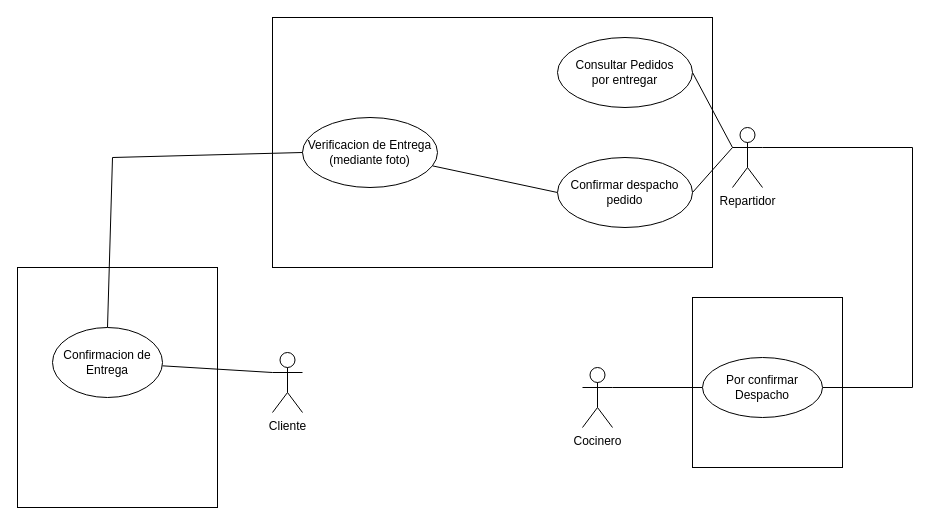
Before: Diagramas_Caso_de_Uso/Diagrama de Caso de Uso (Repartidor).drawio in jorgeortizcastillo2020-hue/MSI_JJ_PARADIGMA4-1_IEC_N2_C1, a draw.io diagram. Source tidied: cells renumbered, new cells numbered last; positions are measured from the earlier drawing's top-left corner, leaving out a move shared by most shapes. Both pictures are drawn from the tidied source at 100%, with x=0, y=0 at pixel (17, 17).
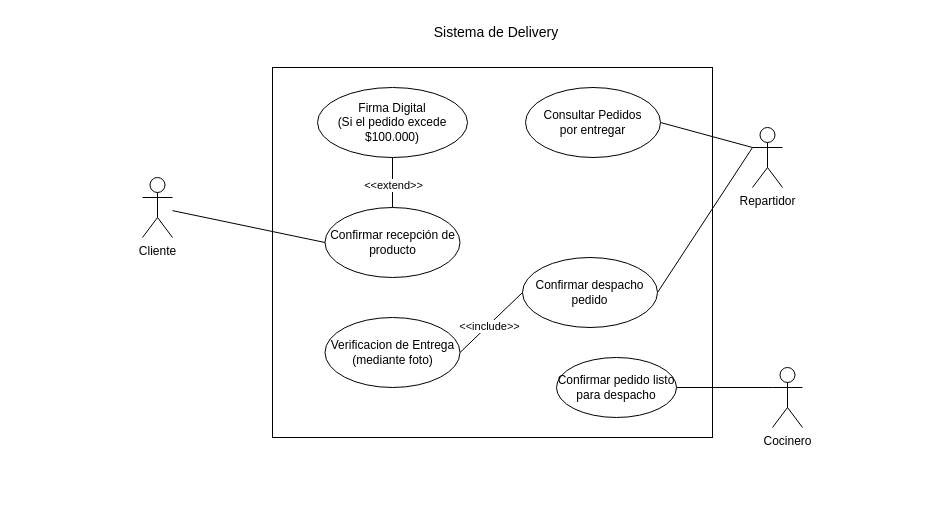
The same diagram, later.

Change to the diagram source:
```diff
@@
-    <mxCell id="2" style="rounded=0;whiteSpace=wrap;html=1;" parent="1" vertex="1">
-      <mxGeometry y="250" width="200" height="240" as="geometry" />
-    </mxCell>
     <mxCell id="3" style="rounded=0;whiteSpace=wrap;html=1;" parent="1" vertex="1">
-      <mxGeometry x="255" width="440" height="250" as="geometry" />
+      <mxGeometry x="255" y="50" width="440" height="370" as="geometry" />
     </mxCell>
-    <mxCell id="4" style="rounded=0;whiteSpace=wrap;html=1;" parent="1" vertex="1">
-      <mxGeometry x="675" y="280" width="150" height="170" as="geometry" />
-    </mxCell>
-    <mxCell id="5" style="rounded=0;jettySize=auto;html=1;exitX=1;exitY=0.3333333333333333;exitDx=0;exitDy=0;exitPerimeter=0;entryX=0;entryY=0.5;entryDx=0;entryDy=0;defaultLabelBackgroundColor=page;endArrow=none;endFill=0;" parent="1" edge="1" source="6" target="8">
+    <mxCell id="5" style="rounded=0;jettySize=auto;html=1;exitX=0;exitY=0.3333333333333333;exitDx=0;exitDy=0;exitPerimeter=0;defaultLabelBackgroundColor=page;endArrow=none;endFill=0;" parent="1" edge="1" source="6" target="8">
       <mxGeometry relative="1" as="geometry" />
     </mxCell>
     <mxCell id="6" value="Cocinero" style="shape=umlActor;verticalLabelPosition=bottom;verticalAlign=top;html=1;outlineConnect=0;labelPerimeter=1;" parent="1" vertex="1">
-      <mxGeometry x="565" y="350" width="30" height="60" as="geometry" />
+      <mxGeometry x="755" y="350" width="30" height="60" as="geometry" />
     </mxCell>
-    <mxCell id="7" style="rounded=0;jettySize=auto;html=1;exitX=1;exitY=0.5;exitDx=0;exitDy=0;defaultLabelBackgroundColor=page;endArrow=none;endFill=0;entryX=1;entryY=0.3333333333333333;entryDx=0;entryDy=0;entryPerimeter=0;" parent="1" edge="1" source="8" target="10">
-      <mxGeometry relative="1" as="geometry">
-        <Array as="points">
-          <mxPoint x="895" y="370" />
-          <mxPoint x="895" y="130" />
-        </Array>
-      </mxGeometry>
-    </mxCell>
-    <mxCell id="8" value="Por confirmar Despacho" style="ellipse;whiteSpace=wrap;html=1;shapeInside=1;" parent="1" vertex="1">
-      <mxGeometry x="685" y="340" width="120" height="60" as="geometry" />
+    <mxCell id="8" value="Confirmar pedido listo para despacho" style="ellipse;whiteSpace=wrap;html=1;shapeInside=1;" parent="1" vertex="1">
+      <mxGeometry x="539" y="340" width="120" height="60" as="geometry" />
     </mxCell>
@@
     <mxCell id="10" value="Repartidor" style="shape=umlActor;verticalLabelPosition=bottom;verticalAlign=top;html=1;outlineConnect=0;labelPerimeter=1;" parent="1" vertex="1">
-      <mxGeometry x="715" y="110" width="30" height="60" as="geometry" />
+      <mxGeometry x="735" y="110" width="30" height="60" as="geometry" />
     </mxCell>
@@
     <mxCell id="12" value="Consultar Pedidos&lt;div&gt;por entregar&lt;/div&gt;" style="ellipse;whiteSpace=wrap;html=1;shapeInside=1;" parent="1" vertex="1">
-      <mxGeometry x="540" y="20" width="135" height="70" as="geometry" />
+      <mxGeometry x="508" y="70" width="135" height="70" as="geometry" />
     </mxCell>
-    <mxCell id="13" style="rounded=0;jettySize=auto;html=1;exitX=0;exitY=0.5;exitDx=0;exitDy=0;defaultLabelBackgroundColor=page;endArrow=none;endFill=0;" parent="1" edge="1" source="14" target="15">
+    <mxCell id="13" style="edgeStyle=none;shape=connector;rounded=0;jettySize=auto;html=1;exitX=0;exitY=0.5;exitDx=0;exitDy=0;entryX=1;entryY=0.5;entryDx=0;entryDy=0;strokeColor=default;align=center;verticalAlign=middle;fontFamily=Helvetica;fontSize=11;fontColor=default;labelBackgroundColor=default;defaultLabelBackgroundColor=page;labelPadding=0 4;startArrow=none;startFill=0;endArrow=none;endFill=0;" parent="1" edge="1" source="14" target="15">
       <mxGeometry relative="1" as="geometry" />
     </mxCell>
+    <mxCell id="20" value="&amp;lt;&amp;lt;include&amp;gt;&amp;gt;" style="edgeLabel;html=1;align=center;verticalAlign=middle;inheritText=1;defaultLabelBackgroundColor=page;labelPadding=0 4;" parent="13" vertex="1">
+      <mxGeometry x="0.08" y="1" relative="1" as="geometry" />
+    </mxCell>
     <mxCell id="14" value="&lt;div&gt;Confirmar despacho&lt;/div&gt;&lt;div&gt;pedido&lt;/div&gt;" style="ellipse;whiteSpace=wrap;html=1;shapeInside=1;" parent="1" vertex="1">
-      <mxGeometry x="540" y="140" width="135" height="70" as="geometry" />
+      <mxGeometry x="505" y="240" width="135" height="70" as="geometry" />
     </mxCell>
+    <mxCell id="21" style="edgeStyle=none;shape=connector;rounded=0;jettySize=auto;html=1;strokeColor=default;align=center;verticalAlign=middle;fontFamily=Helvetica;fontSize=11;fontColor=default;labelBackgroundColor=default;defaultLabelBackgroundColor=page;labelPadding=0 4;startArrow=none;startFill=0;endArrow=none;endFill=0;exitX=0.5;exitY=0;exitDx=0;exitDy=0;" parent="1" edge="1" source="26" target="23">
+      <mxGeometry relative="1" as="geometry" />
+    </mxCell>
+    <mxCell id="22" value="&amp;lt;&lt;span style=&quot;background-color: transparent; color: light-dark(#000000, var(--ge-light-color, #ffffff));&quot;&gt;&amp;lt;extend&amp;gt;&amp;gt;&lt;/span&gt;" style="edgeLabel;html=1;align=center;verticalAlign=middle;inheritText=1;defaultLabelBackgroundColor=page;labelPadding=0 4;" parent="21" vertex="1">
+      <mxGeometry x="0.17" y="-2" relative="1" as="geometry">
+        <mxPoint x="-2" y="6" as="offset" />
+      </mxGeometry>
+    </mxCell>
     <mxCell id="15" value="Verificacion de Entrega (mediante foto)" style="ellipse;whiteSpace=wrap;html=1;shapeInside=1;" parent="1" vertex="1">
-      <mxGeometry x="285" y="100" width="135" height="70" as="geometry" />
+      <mxGeometry x="307.5" y="300" width="135" height="70" as="geometry" />
     </mxCell>
-    <mxCell id="16" style="rounded=0;jettySize=auto;html=1;exitX=0;exitY=0.3333333333333333;exitDx=0;exitDy=0;exitPerimeter=0;defaultLabelBackgroundColor=page;endArrow=none;endFill=0;" parent="1" edge="1" source="17" target="19">
-      <mxGeometry relative="1" as="geometry" />
-    </mxCell>
     <mxCell id="17" value="Cliente" style="shape=umlActor;verticalLabelPosition=bottom;verticalAlign=top;html=1;labelPerimeter=1;" parent="1" vertex="1">
-      <mxGeometry x="255" y="335" width="30" height="60" as="geometry" />
+      <mxGeometry x="125" y="160" width="30" height="60" as="geometry" />
     </mxCell>
-    <mxCell id="18" style="endArrow=none;html=1;rounded=0;defaultLabelBackgroundColor=page;entryX=0;entryY=0.5;entryDx=0;entryDy=0;exitX=0.5;exitY=0;exitDx=0;exitDy=0;" parent="1" edge="1" source="19" target="15">
-      <mxGeometry relative="1" as="geometry">
-        <Array as="points">
-          <mxPoint x="95" y="140" />
-        </Array>
-      </mxGeometry>
-    </mxCell>
-    <mxCell id="19" value="Confirmacion de Entrega" style="ellipse;whiteSpace=wrap;html=1;shapeInside=1;" parent="1" vertex="1">
-      <mxGeometry x="35" y="310" width="110" height="70" as="geometry" />
-    </mxCell>
+    <mxCell id="23" value="Firma Digital&lt;div&gt;(Si el pedido excede $100.000)&lt;/div&gt;" style="ellipse;whiteSpace=wrap;html=1;shapeInside=1;" parent="1" vertex="1">
+      <mxGeometry x="300" y="70" width="150" height="70" as="geometry" />
+    </mxCell>
+    <mxCell id="24" value="Sistema de Delivery" style="text;html=1;whiteSpace=wrap;strokeColor=none;fillColor=none;align=center;verticalAlign=middle;rounded=0;fontSize=14;" parent="1" vertex="1">
+      <mxGeometry x="404" width="150" height="30" as="geometry" />
+    </mxCell>
+    <mxCell id="25" style="edgeStyle=none;shape=connector;rounded=0;jettySize=auto;html=1;exitX=0;exitY=0.5;exitDx=0;exitDy=0;strokeColor=default;align=center;verticalAlign=middle;fontFamily=Helvetica;fontSize=11;fontColor=default;labelBackgroundColor=default;defaultLabelBackgroundColor=page;labelPadding=0 4;startArrow=none;startFill=0;endArrow=none;endFill=0;" parent="1" edge="1" source="26" target="17">
+      <mxGeometry relative="1" as="geometry" />
+    </mxCell>
+    <mxCell id="26" value="Confirmar recepción de producto" style="ellipse;whiteSpace=wrap;html=1;shapeInside=1;" parent="1" vertex="1">
+      <mxGeometry x="307.5" y="190" width="135" height="70" as="geometry" />
+    </mxCell>
```
